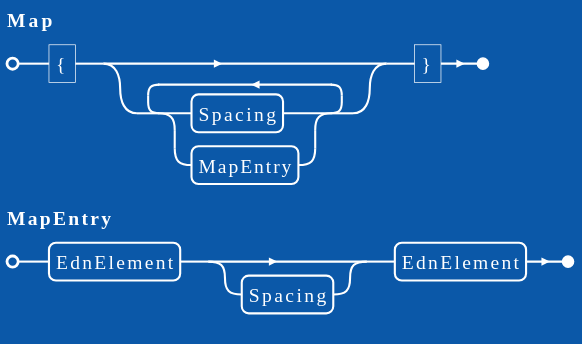
DotFox/edn.c keeps this PlantUML diagram as docs/grammar/edn_map.svg. Above is the earlier version. The source it was exported from:
```plantuml
@startebnf
!theme amiga
Map = "{" , { Spacing | MapEntry } , "}" ;

MapEntry = EdnElement , [ Spacing ] , EdnElement ;
@endebnf
```
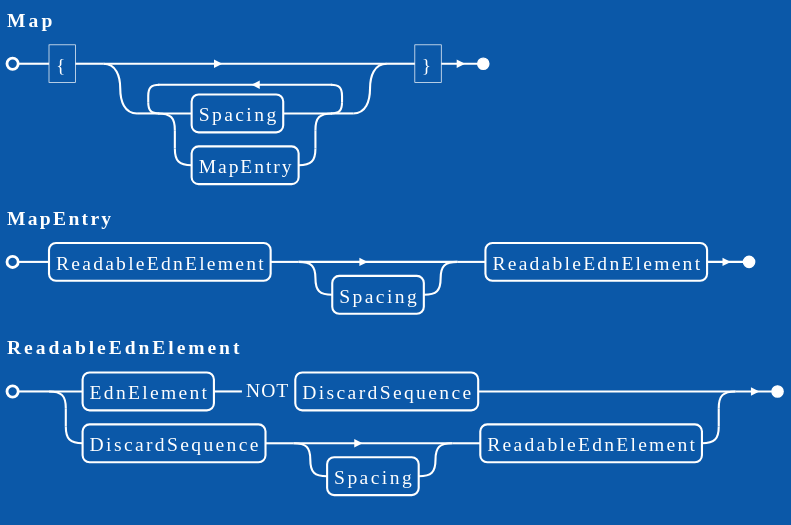
After the commit.

Commit message:
Fix HexDigit, add ReadableEdnElement

Change to the diagram source:
```diff
@@ -2,5 +2,8 @@
 !theme amiga
 Map = "{" , { Spacing | MapEntry } , "}" ;
 
-MapEntry = EdnElement , [ Spacing ] , EdnElement ;
+MapEntry = ReadableEdnElement , [ Spacing ] , ReadableEdnElement ;
+
+ReadableEdnElement = ( EdnElement - DiscardSequence )
+                   | DiscardSequence , [ Spacing ] , ReadableEdnElement ;
 @endebnf
```
